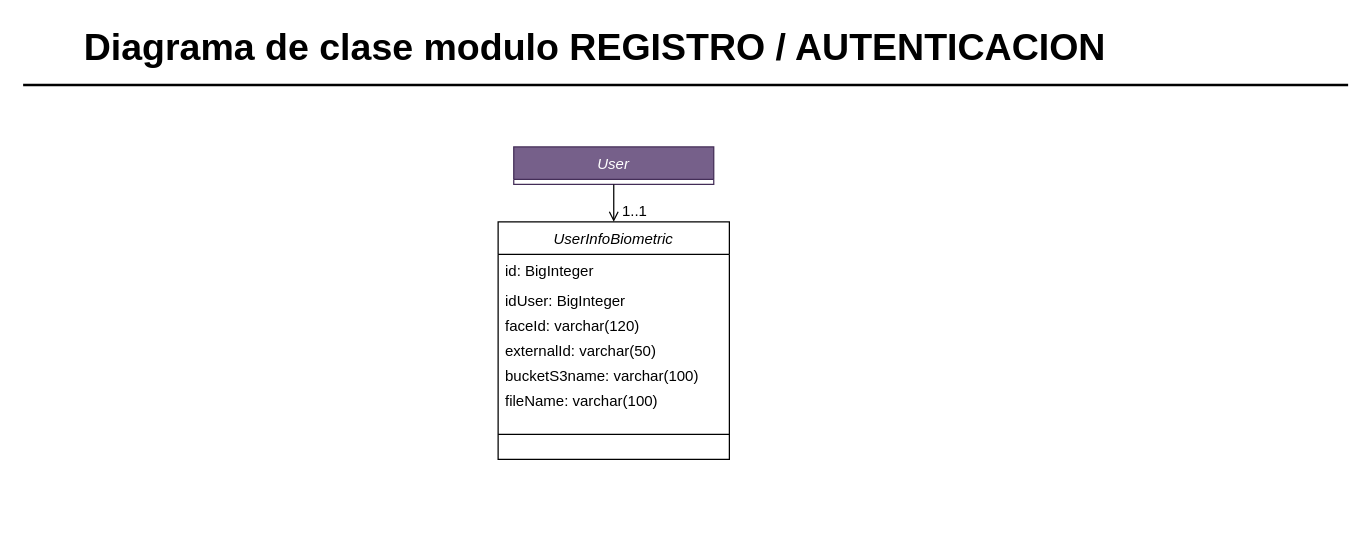
The draw.io diagram DiagramaClaseAutenticacionRegistro.drawio in ca-milin15/proy_grado_2021_doc, before the edit. Source tidied: cells renumbered, new cells numbered last; positions are measured from the earlier drawing's top-left corner, leaving out a move shared by most shapes. Both pictures are drawn from the tidied source at 125%, with x=0, y=0 at pixel (22, 21).
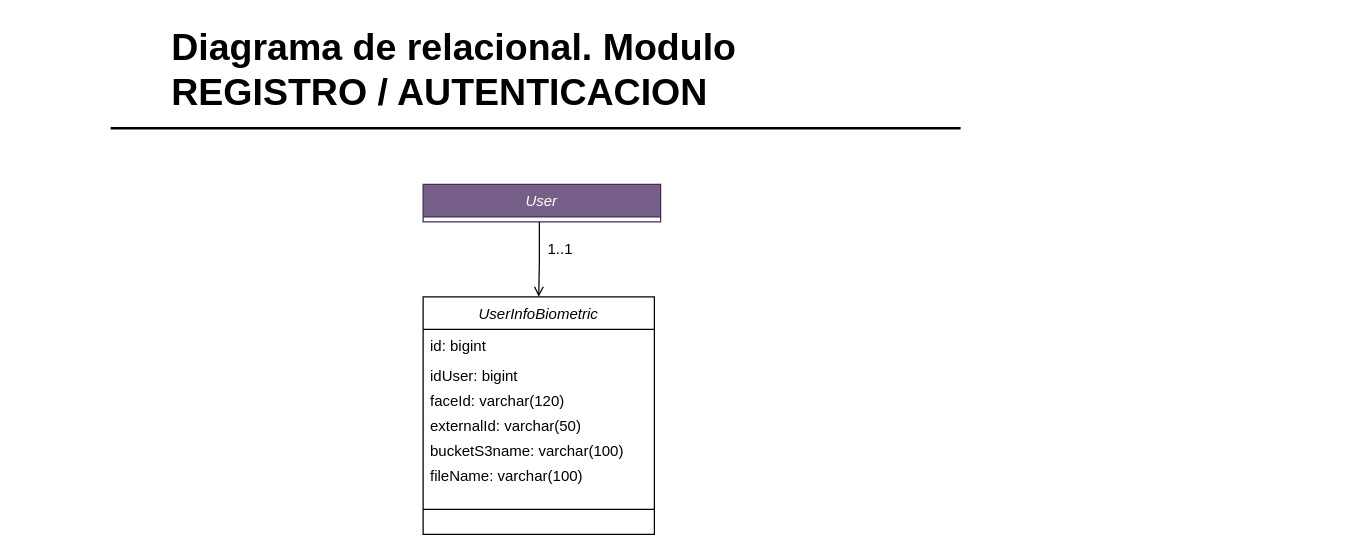
The same diagram, later.

The edit, as a diff of the source:
```diff
@@
 <mxGraphModel>
   <root>
     <mxCell id="0" />
     <mxCell id="1" parent="0" />
     <mxCell id="2" value="User" style="swimlane;fontStyle=2;align=center;verticalAlign=top;horizontal=1;startSize=26;rounded=0;shadow=0;strokeWidth=1;fillColor=#76608a;strokeColor=#432D57;fontColor=#ffffff;" parent="1" vertex="1">
-      <mxGeometry x="392.5" y="100" width="160" height="30" as="geometry" />
+      <mxGeometry x="320" y="130" width="190" height="30" as="geometry" />
     </mxCell>
     <mxCell id="3" value="UserInfoBiometric" style="swimlane;fontStyle=2;align=center;verticalAlign=top;horizontal=1;startSize=26;rounded=0;shadow=0;strokeWidth=1;" parent="1" vertex="1">
-      <mxGeometry x="380" y="160" width="185" height="190" as="geometry" />
+      <mxGeometry x="320" y="220" width="185" height="190" as="geometry" />
     </mxCell>
-    <mxCell id="4" value="id: BigInteger" style="text;align=left;verticalAlign=top;spacingLeft=4;spacingRight=4;overflow=hidden;" parent="3" vertex="1">
+    <mxCell id="4" value="id: bigint" style="text;align=left;verticalAlign=top;spacingLeft=4;spacingRight=4;overflow=hidden;" parent="3" vertex="1">
       <mxGeometry y="26" width="185" height="24" as="geometry" />
     </mxCell>
-    <mxCell id="5" value="idUser: BigInteger" style="text;align=left;verticalAlign=top;spacingLeft=4;spacingRight=4;overflow=hidden;rounded=0;shadow=0;html=0;" parent="3" vertex="1">
+    <mxCell id="5" value="idUser: bigint" style="text;align=left;verticalAlign=top;spacingLeft=4;spacingRight=4;overflow=hidden;rounded=0;shadow=0;html=0;" parent="3" vertex="1">
       <mxGeometry y="50" width="185" height="20" as="geometry" />
     </mxCell>
     <mxCell id="6" value="faceId: varchar(120)" style="text;align=left;verticalAlign=top;spacingLeft=4;spacingRight=4;overflow=hidden;rounded=0;shadow=0;html=0;" parent="3" vertex="1">
       <mxGeometry y="70" width="185" height="20" as="geometry" />
     </mxCell>
     <mxCell id="7" value="externalId: varchar(50)" style="text;align=left;verticalAlign=top;spacingLeft=4;spacingRight=4;overflow=hidden;rounded=0;shadow=0;html=0;" parent="3" vertex="1">
       <mxGeometry y="90" width="185" height="20" as="geometry" />
     </mxCell>
     <mxCell id="8" value="bucketS3name: varchar(100)" style="text;align=left;verticalAlign=top;spacingLeft=4;spacingRight=4;overflow=hidden;rounded=0;shadow=0;html=0;" parent="3" vertex="1">
       <mxGeometry y="110" width="185" height="20" as="geometry" />
     </mxCell>
     <mxCell id="9" value="fileName: varchar(100)" style="text;align=left;verticalAlign=top;spacingLeft=4;spacingRight=4;overflow=hidden;rounded=0;shadow=0;html=0;" parent="3" vertex="1">
       <mxGeometry y="130" width="185" height="20" as="geometry" />
     </mxCell>
     <mxCell id="10" style="line;html=1;strokeWidth=1;align=left;verticalAlign=middle;spacingTop=-1;spacingLeft=3;spacingRight=3;labelPosition=right;" parent="3" vertex="1">
       <mxGeometry y="150" width="185" height="40" as="geometry" />
     </mxCell>
-    <mxCell id="11" style="endArrow=open;shadow=0;strokeWidth=1;rounded=0;endFill=1;edgeStyle=elbowEdgeStyle;elbow=vertical;exitX=0.5;exitY=1;exitDx=0;exitDy=0;entryX=0.5;entryY=0;entryDx=0;entryDy=0;" parent="1" edge="1" source="2" target="3">
+    <mxCell id="11" style="endArrow=open;shadow=0;strokeWidth=1;rounded=0;endFill=1;edgeStyle=elbowEdgeStyle;elbow=vertical;entryX=0.5;entryY=0;entryDx=0;entryDy=0;" parent="1" edge="1" target="3">
       <mxGeometry x="0.5" y="41" relative="1" as="geometry">
+        <mxPoint x="413" y="160" as="sourcePoint" />
         <mxPoint x="-40" y="32" as="offset" />
       </mxGeometry>
     </mxCell>
     <mxCell id="12" value="1..1" style="align=left;verticalAlign=bottom;labelBackgroundColor=none;fontSize=12;" parent="11" vertex="1">
       <mxGeometry x="-1" relative="1" as="geometry">
         <mxPoint x="5" y="30" as="offset" />
       </mxGeometry>
     </mxCell>
     <mxCell id="13" style="align=right;verticalAlign=bottom;labelBackgroundColor=none;fontSize=12;" parent="11" vertex="1">
       <mxGeometry x="1" relative="1" as="geometry">
         <mxPoint x="-7" y="4" as="offset" />
       </mxGeometry>
     </mxCell>
-    <mxCell id="14" value="Diagrama de clase modulo REGISTRO / AUTENTICACION" style="text;html=1;align=left;verticalAlign=top;spacingTop=-4;fontSize=30;fontStyle=1;" parent="1" vertex="1">
-      <mxGeometry x="46.5" width="830" height="40" as="geometry" />
+    <mxCell id="14" value="Diagrama de relacional. Modulo &lt;br&gt;REGISTRO / AUTENTICACION" style="text;html=1;align=left;verticalAlign=top;spacingTop=-4;fontSize=30;fontStyle=1;" parent="1" vertex="1">
+      <mxGeometry x="116.5" width="470" height="70" as="geometry" />
     </mxCell>
     <mxCell id="15" style="line;strokeWidth=2;html=1;fontSize=14;" parent="1" vertex="1">
-      <mxGeometry y="45.5" width="1060" height="10" as="geometry" />
+      <mxGeometry x="70" y="80" width="680" height="10" as="geometry" />
     </mxCell>
   </root>
 </mxGraphModel>
```
